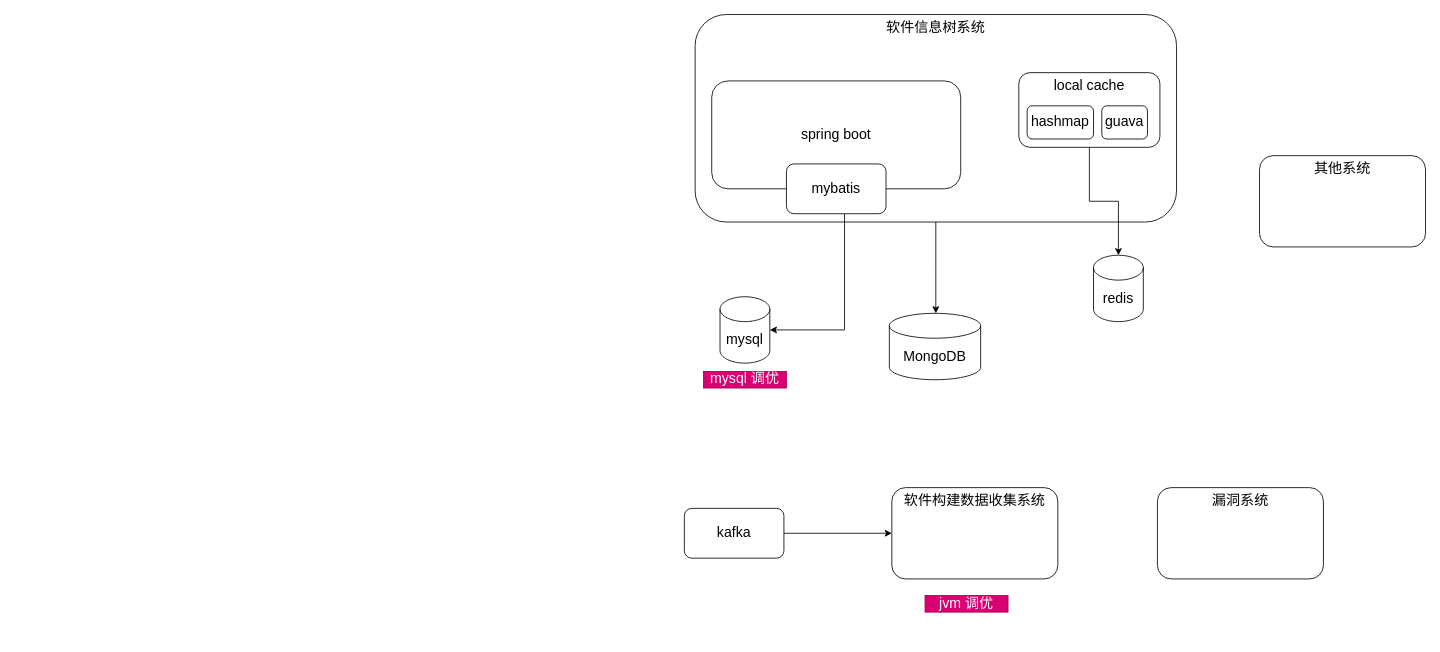
This is draw notes/projects.drawio from TrumanXia/learn, a draw.io file, before an edit. Source tidied: cells renumbered, new cells numbered last; positions are measured from the earlier drawing's top-left corner, leaving out a move shared by most shapes. Both pictures are drawn from the tidied source at 83%, with x=0, y=0 at pixel (684, 14).
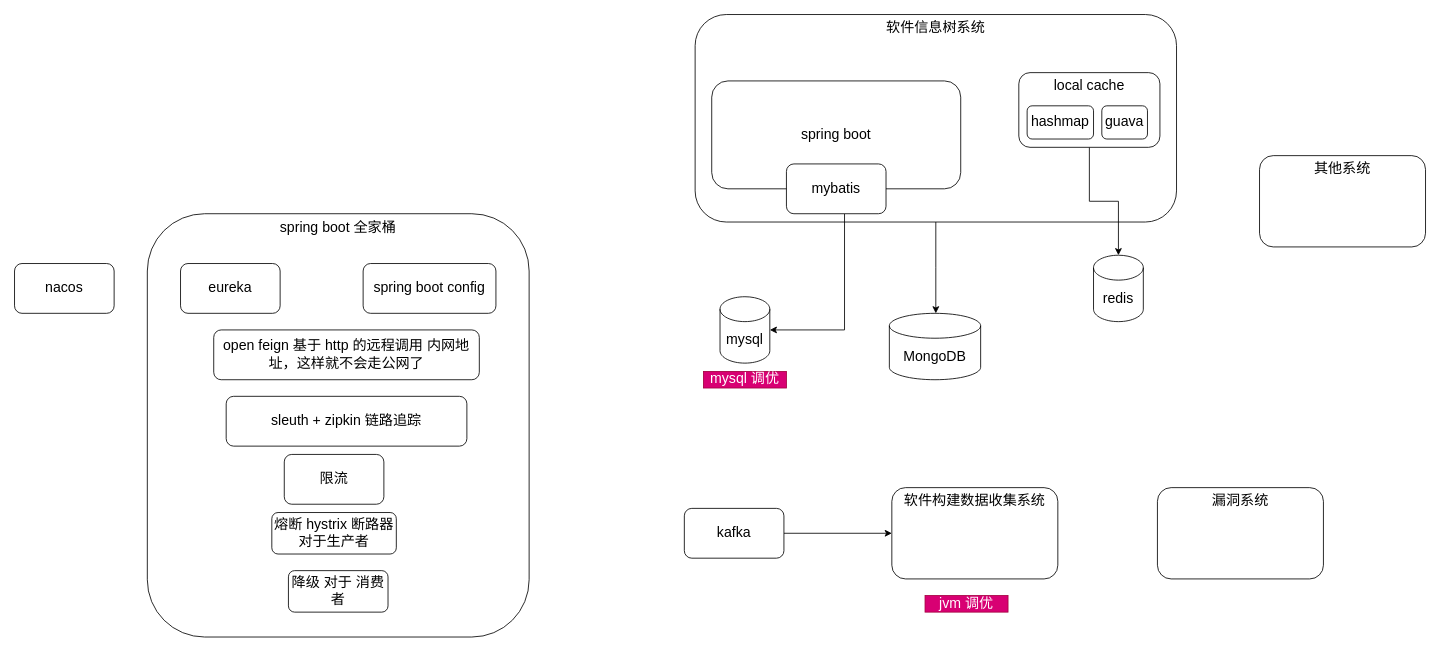
Above is the later version.

The edit, as a diff of the source:
```diff
@@
+    <mxCell id="21" value="spring boot 全家桶" style="rounded=1;whiteSpace=wrap;html=1;fontSize=17;verticalAlign=top;" parent="1" vertex="1">
+      <mxGeometry x="-647" y="240" width="460" height="510" as="geometry" />
+    </mxCell>
+    <mxCell id="22" value="eureka" style="rounded=1;whiteSpace=wrap;html=1;fontSize=17;" parent="1" vertex="1">
+      <mxGeometry x="-607" y="300" width="120" height="60" as="geometry" />
+    </mxCell>
+    <mxCell id="23" value="spring boot config" style="rounded=1;whiteSpace=wrap;html=1;fontSize=17;" parent="1" vertex="1">
+      <mxGeometry x="-387" y="300" width="160" height="60" as="geometry" />
+    </mxCell>
+    <mxCell id="24" value="nacos" style="rounded=1;whiteSpace=wrap;html=1;fontSize=17;" parent="1" vertex="1">
+      <mxGeometry x="-807" y="300" width="120" height="60" as="geometry" />
+    </mxCell>
+    <mxCell id="25" value="open feign 基于 http 的远程调用 内网地址，这样就不会走公网了" style="rounded=1;whiteSpace=wrap;html=1;fontSize=17;" parent="1" vertex="1">
+      <mxGeometry x="-567" y="380" width="320" height="60" as="geometry" />
+    </mxCell>
+    <mxCell id="26" value="sleuth + zipkin 链路追踪" style="rounded=1;whiteSpace=wrap;html=1;fontSize=17;" parent="1" vertex="1">
+      <mxGeometry x="-552" y="460" width="290" height="60" as="geometry" />
+    </mxCell>
+    <mxCell id="27" value="熔断 hystrix 断路器 对于生产者" style="rounded=1;whiteSpace=wrap;html=1;fontSize=17;" parent="1" vertex="1">
+      <mxGeometry x="-497" y="600" width="150" height="50" as="geometry" />
+    </mxCell>
+    <mxCell id="28" value="降级 对于 消费者" style="rounded=1;whiteSpace=wrap;html=1;fontSize=17;" parent="1" vertex="1">
+      <mxGeometry x="-477" y="670" width="120" height="50" as="geometry" />
+    </mxCell>
+    <mxCell id="29" value="限流" style="rounded=1;whiteSpace=wrap;html=1;fontSize=17;" parent="1" vertex="1">
+      <mxGeometry x="-482" y="530" width="120" height="60" as="geometry" />
+    </mxCell>
```
